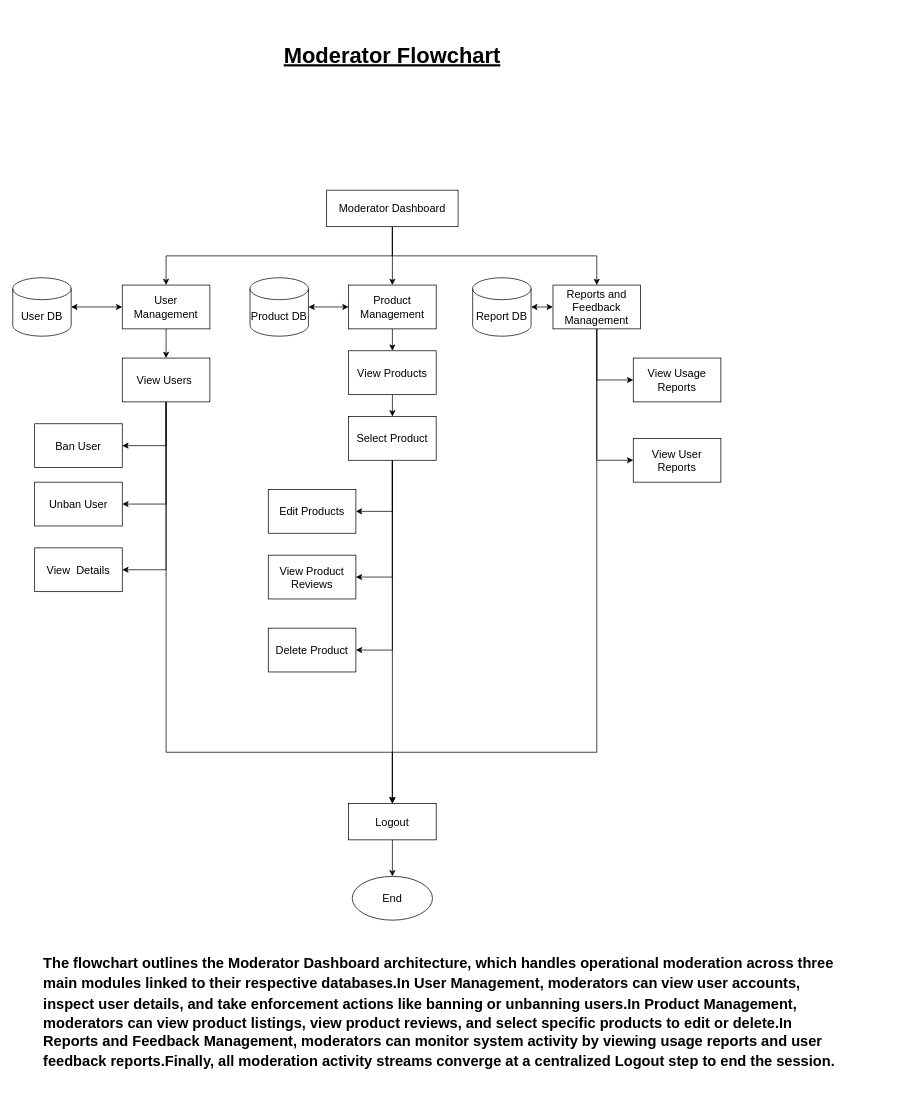
LarrySama919/AI-repo keeps this draw.io diagram as Diagrams/Flowcharts/Moderator Flowchart.drawio. Above is the earlier version. Source tidied: cells renumbered, new cells numbered last; positions are measured from the earlier drawing's top-left corner, leaving out a move shared by most shapes. Both pictures are drawn from the tidied source at 73%, with x=0, y=0 at pixel (12, 44).
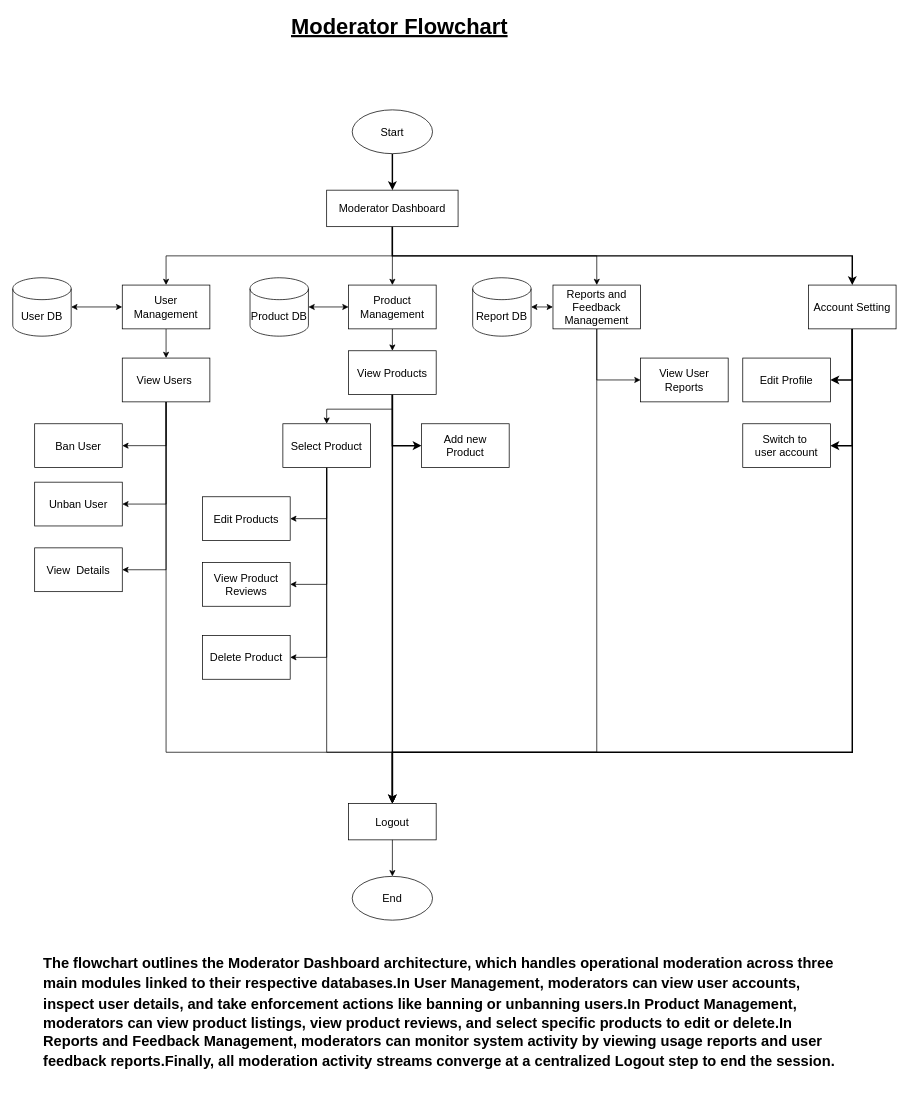
Above is the later version.

Unchanged cells that the change refers to:
```xml
<mxCell id="5" value="Moderator Dashboard" style="rounded=0;whiteSpace=wrap;html=1;fontSize=15;" parent="1" vertex="1">
  <mxGeometry x="430" y="200" width="180" height="50" as="geometry" />
</mxCell>
<mxCell id="7" value="User Management" style="rounded=0;whiteSpace=wrap;html=1;fontSize=15;" parent="1" vertex="1">
  <mxGeometry x="150" y="330" width="120" height="60" as="geometry" />
</mxCell>
<mxCell id="9" value="Product Management" style="rounded=0;whiteSpace=wrap;html=1;fontSize=15;" parent="1" vertex="1">
  <mxGeometry x="460" y="330" width="120" height="60" as="geometry" />
</mxCell>
<mxCell id="14" value="View Users&amp;nbsp;" style="rounded=0;whiteSpace=wrap;html=1;fontSize=15;" parent="1" vertex="1">
  <mxGeometry x="150" y="430" width="120" height="60" as="geometry" />
</mxCell>
<mxCell id="15" value="View&amp;nbsp; Details" style="rounded=0;whiteSpace=wrap;html=1;fontSize=15;" parent="1" vertex="1">
  <mxGeometry x="30" y="690" width="120" height="60" as="geometry" />
</mxCell>
<mxCell id="17" value="View Products" style="rounded=0;whiteSpace=wrap;html=1;fontSize=15;" parent="1" vertex="1">
  <mxGeometry x="460" y="420" width="120" height="60" as="geometry" />
</mxCell>
<mxCell id="22" value="Reports and Feedback Management" style="rounded=0;whiteSpace=wrap;html=1;fontSize=15;" parent="1" vertex="1">
  <mxGeometry x="740" y="330" width="120" height="60" as="geometry" />
</mxCell>
<mxCell id="26" value="Logout" style="rounded=0;whiteSpace=wrap;html=1;fontSize=15;" parent="1" vertex="1">
  <mxGeometry x="460" y="1040" width="120" height="50" as="geometry" />
</mxCell>
<mxCell id="27" value="End" style="ellipse;whiteSpace=wrap;html=1;shapeInside=1;fontSize=15;" parent="1" vertex="1">
  <mxGeometry x="465" y="1140" width="110" height="60" as="geometry" />
</mxCell>
<mxCell id="29" value="Ban User" style="rounded=0;whiteSpace=wrap;html=1;fontSize=15;" parent="1" vertex="1">
  <mxGeometry x="30" y="520" width="120" height="60" as="geometry" />
</mxCell>
<mxCell id="30" value="Unban User" style="rounded=0;whiteSpace=wrap;html=1;fontSize=15;" parent="1" vertex="1">
  <mxGeometry x="30" y="600" width="120" height="60" as="geometry" />
</mxCell>
<mxCell id="38" value="User DB" style="shape=cylinder3;whiteSpace=wrap;html=1;boundedLbl=1;backgroundOutline=1;size=15;fontSize=15;" parent="1" vertex="1">
  <mxGeometry y="320" width="80" height="80" as="geometry" />
</mxCell>
<mxCell id="40" value="Product DB" style="shape=cylinder3;whiteSpace=wrap;html=1;boundedLbl=1;backgroundOutline=1;size=15;fontSize=15;" parent="1" vertex="1">
  <mxGeometry x="325" y="320" width="80" height="80" as="geometry" />
</mxCell>
<mxCell id="42" value="Report DB" style="shape=cylinder3;whiteSpace=wrap;html=1;boundedLbl=1;backgroundOutline=1;size=15;fontSize=15;" parent="1" vertex="1">
  <mxGeometry x="630" y="320" width="80" height="80" as="geometry" />
</mxCell>
```

Diff of the diagram source:
```diff
@@
-<mxGraphModel>
+<mxGraphModel background="light-dark(#ffffff, #121212)">
@@
-    <mxCell id="2" style="edgeStyle=orthogonalEdgeStyle;rounded=0;jettySize=auto;html=1;exitX=0.5;exitY=1;exitDx=0;exitDy=0;entryX=0.5;entryY=0;entryDx=0;entryDy=0;defaultLabelBackgroundColor=page;fontSize=15;" parent="1" edge="1" source="5" target="7">
+    <mxCell id="2" style="edgeStyle=orthogonalEdgeStyle;rounded=0;jettySize=auto;html=1;exitX=0.5;exitY=1;exitDx=0;exitDy=0;entryX=0.5;entryY=0;entryDx=0;entryDy=0;defaultLabelBackgroundColor=page;" parent="1" edge="1" source="5" target="7">
       <mxGeometry x="0.33" relative="1" as="geometry">
         <Array as="points">
           <mxPoint x="520" y="290" />
           <mxPoint x="210" y="290" />
         </Array>
       </mxGeometry>
     </mxCell>
-    <mxCell id="3" style="edgeStyle=orthogonalEdgeStyle;rounded=0;jettySize=auto;html=1;exitX=0.5;exitY=1;exitDx=0;exitDy=0;entryX=0.5;entryY=0;entryDx=0;entryDy=0;defaultLabelBackgroundColor=page;fontSize=15;" parent="1" edge="1" source="5" target="9">
+    <mxCell id="3" style="edgeStyle=orthogonalEdgeStyle;rounded=0;jettySize=auto;html=1;exitX=0.5;exitY=1;exitDx=0;exitDy=0;entryX=0.5;entryY=0;entryDx=0;entryDy=0;defaultLabelBackgroundColor=page;" parent="1" edge="1" source="5" target="9">
       <mxGeometry relative="1" as="geometry" />
     </mxCell>
-    <mxCell id="4" style="edgeStyle=orthogonalEdgeStyle;rounded=0;jettySize=auto;html=1;exitX=0.5;exitY=1;exitDx=0;exitDy=0;entryX=0.5;entryY=0;entryDx=0;entryDy=0;defaultLabelBackgroundColor=page;fontSize=15;" parent="1" edge="1" source="5" target="22">
+    <mxCell id="4" style="edgeStyle=orthogonalEdgeStyle;rounded=0;jettySize=auto;html=1;exitX=0.5;exitY=1;exitDx=0;exitDy=0;entryX=0.5;entryY=0;entryDx=0;entryDy=0;defaultLabelBackgroundColor=page;" parent="1" edge="1" source="5" target="22">
       <mxGeometry relative="1" as="geometry" />
     </mxCell>
+    <mxCell id="45" style="edgeStyle=orthogonalEdgeStyle;shape=connector;rounded=0;html=1;exitX=0.5;exitY=1;exitDx=0;exitDy=0;entryX=0.5;entryY=0;entryDx=0;entryDy=0;strokeColor=default;strokeWidth=2;align=center;verticalAlign=middle;endArrow=classic;" parent="1" edge="1" source="5" target="52">
+      <mxGeometry relative="1" as="geometry" />
+    </mxCell>
@@
-    <mxCell id="6" style="edgeStyle=orthogonalEdgeStyle;rounded=0;jettySize=auto;html=1;exitX=0.5;exitY=1;exitDx=0;exitDy=0;entryX=0.5;entryY=0;entryDx=0;entryDy=0;defaultLabelBackgroundColor=page;fontSize=15;" parent="1" edge="1" source="7" target="14">
+    <mxCell id="6" style="edgeStyle=orthogonalEdgeStyle;rounded=0;jettySize=auto;html=1;exitX=0.5;exitY=1;exitDx=0;exitDy=0;entryX=0.5;entryY=0;entryDx=0;entryDy=0;defaultLabelBackgroundColor=page;" parent="1" edge="1" source="7" target="14">
       <mxGeometry relative="1" as="geometry" />
     </mxCell>
@@
-    <mxCell id="8" style="edgeStyle=orthogonalEdgeStyle;rounded=0;jettySize=auto;html=1;exitX=0.5;exitY=1;exitDx=0;exitDy=0;entryX=0.5;entryY=0;entryDx=0;entryDy=0;defaultLabelBackgroundColor=page;fontSize=15;" parent="1" edge="1" source="9" target="17">
+    <mxCell id="8" style="edgeStyle=orthogonalEdgeStyle;rounded=0;jettySize=auto;html=1;exitX=0.5;exitY=1;exitDx=0;exitDy=0;entryX=0.5;entryY=0;entryDx=0;entryDy=0;defaultLabelBackgroundColor=page;" parent="1" edge="1" source="9" target="17">
       <mxGeometry relative="1" as="geometry" />
     </mxCell>
@@
-    <mxCell id="10" style="edgeStyle=orthogonalEdgeStyle;rounded=0;jettySize=auto;html=1;exitX=0.5;exitY=1;exitDx=0;exitDy=0;entryX=1;entryY=0.5;entryDx=0;entryDy=0;defaultLabelBackgroundColor=page;fontSize=15;" parent="1" edge="1" source="14" target="29">
+    <mxCell id="10" style="edgeStyle=orthogonalEdgeStyle;rounded=0;jettySize=auto;html=1;exitX=0.5;exitY=1;exitDx=0;exitDy=0;entryX=1;entryY=0.5;entryDx=0;entryDy=0;defaultLabelBackgroundColor=page;" parent="1" edge="1" source="14" target="29">
       <mxGeometry relative="1" as="geometry" />
     </mxCell>
-    <mxCell id="11" style="edgeStyle=orthogonalEdgeStyle;rounded=0;jettySize=auto;html=1;exitX=0.5;exitY=1;exitDx=0;exitDy=0;entryX=1;entryY=0.5;entryDx=0;entryDy=0;defaultLabelBackgroundColor=page;fontSize=15;" parent="1" edge="1" source="14" target="30">
+    <mxCell id="11" style="edgeStyle=orthogonalEdgeStyle;rounded=0;jettySize=auto;html=1;exitX=0.5;exitY=1;exitDx=0;exitDy=0;entryX=1;entryY=0.5;entryDx=0;entryDy=0;defaultLabelBackgroundColor=page;" parent="1" edge="1" source="14" target="30">
       <mxGeometry x="-0.06" relative="1" as="geometry" />
     </mxCell>
-    <mxCell id="12" style="edgeStyle=orthogonalEdgeStyle;rounded=0;jettySize=auto;html=1;exitX=0.5;exitY=1;exitDx=0;exitDy=0;entryX=0.5;entryY=0;entryDx=0;entryDy=0;defaultLabelBackgroundColor=page;fontSize=15;" parent="1" edge="1" source="14" target="26">
+    <mxCell id="12" style="edgeStyle=orthogonalEdgeStyle;rounded=0;jettySize=auto;html=1;exitX=0.5;exitY=1;exitDx=0;exitDy=0;entryX=0.5;entryY=0;entryDx=0;entryDy=0;defaultLabelBackgroundColor=page;" parent="1" edge="1" source="14" target="26">
       <mxGeometry x="-0.16" relative="1" as="geometry">
         <Array as="points">
           <mxPoint x="210" y="970" />
           <mxPoint x="520" y="970" />
         </Array>
       </mxGeometry>
     </mxCell>
-    <mxCell id="13" style="edgeStyle=orthogonalEdgeStyle;rounded=0;jettySize=auto;html=1;exitX=0.5;exitY=1;exitDx=0;exitDy=0;entryX=1;entryY=0.5;entryDx=0;entryDy=0;defaultLabelBackgroundColor=page;fontSize=15;" parent="1" edge="1" source="14" target="15">
+    <mxCell id="13" style="edgeStyle=orthogonalEdgeStyle;rounded=0;jettySize=auto;html=1;exitX=0.5;exitY=1;exitDx=0;exitDy=0;entryX=1;entryY=0.5;entryDx=0;entryDy=0;defaultLabelBackgroundColor=page;" parent="1" edge="1" source="14" target="15">
       <mxGeometry relative="1" as="geometry" />
     </mxCell>
@@
-    <mxCell id="16" style="edgeStyle=orthogonalEdgeStyle;rounded=0;jettySize=auto;html=1;exitX=0.5;exitY=1;exitDx=0;exitDy=0;entryX=0.5;entryY=0;entryDx=0;entryDy=0;defaultLabelBackgroundColor=page;fontSize=15;" parent="1" edge="1" source="17" target="35">
+    <mxCell id="16" style="edgeStyle=orthogonalEdgeStyle;rounded=0;jettySize=auto;html=1;exitX=0.5;exitY=1;exitDx=0;exitDy=0;entryX=0.5;entryY=0;entryDx=0;entryDy=0;defaultLabelBackgroundColor=page;" parent="1" edge="1" source="17" target="35">
       <mxGeometry relative="1" as="geometry" />
     </mxCell>
+    <mxCell id="46" style="edgeStyle=orthogonalEdgeStyle;shape=connector;rounded=0;html=1;exitX=0.5;exitY=1;exitDx=0;exitDy=0;strokeColor=default;strokeWidth=2;align=center;verticalAlign=middle;endArrow=classic;entryX=0.5;entryY=0;entryDx=0;entryDy=0;" parent="1" edge="1" source="17" target="26">
+      <mxGeometry relative="1" as="geometry" />
+    </mxCell>
+    <mxCell id="47" style="edgeStyle=orthogonalEdgeStyle;shape=connector;rounded=0;html=1;exitX=0.5;exitY=1;exitDx=0;exitDy=0;entryX=0;entryY=0.5;entryDx=0;entryDy=0;strokeColor=default;strokeWidth=2;align=center;verticalAlign=middle;endArrow=classic;" parent="1" edge="1" source="17" target="48">
+      <mxGeometry relative="1" as="geometry" />
+    </mxCell>
@@
     <mxCell id="18" value="Edit Products" style="rounded=0;whiteSpace=wrap;html=1;fontSize=15;" parent="1" vertex="1">
-      <mxGeometry x="350" y="610" width="120" height="60" as="geometry" />
+      <mxGeometry x="260" y="620" width="120" height="60" as="geometry" />
     </mxCell>
-    <mxCell id="19" style="edgeStyle=orthogonalEdgeStyle;rounded=0;jettySize=auto;html=1;exitX=0.5;exitY=1;exitDx=0;exitDy=0;entryX=0.5;entryY=0;entryDx=0;entryDy=0;defaultLabelBackgroundColor=page;fontSize=15;" parent="1" edge="1" source="22" target="26">
+    <mxCell id="19" style="edgeStyle=orthogonalEdgeStyle;rounded=0;jettySize=auto;html=1;exitX=0.5;exitY=1;exitDx=0;exitDy=0;entryX=0.5;entryY=0;entryDx=0;entryDy=0;defaultLabelBackgroundColor=page;" parent="1" edge="1" source="22" target="26">
       <mxGeometry relative="1" as="geometry">
         <Array as="points">
           <mxPoint x="800" y="970" />
           <mxPoint x="520" y="970" />
         </Array>
       </mxGeometry>
     </mxCell>
-    <mxCell id="20" style="edgeStyle=orthogonalEdgeStyle;rounded=0;jettySize=auto;html=1;exitX=0.5;exitY=1;exitDx=0;exitDy=0;entryX=0;entryY=0.5;entryDx=0;entryDy=0;defaultLabelBackgroundColor=page;fontSize=15;" parent="1" edge="1" source="22" target="23">
-      <mxGeometry relative="1" as="geometry" />
-    </mxCell>
-    <mxCell id="21" style="edgeStyle=orthogonalEdgeStyle;rounded=0;jettySize=auto;html=1;exitX=0.5;exitY=1;exitDx=0;exitDy=0;entryX=0;entryY=0.5;entryDx=0;entryDy=0;defaultLabelBackgroundColor=page;fontSize=15;" parent="1" edge="1" source="22" target="24">
+    <mxCell id="21" style="edgeStyle=orthogonalEdgeStyle;rounded=0;jettySize=auto;html=1;exitX=0.5;exitY=1;exitDx=0;exitDy=0;entryX=0;entryY=0.5;entryDx=0;entryDy=0;defaultLabelBackgroundColor=page;" parent="1" edge="1" source="22" target="24">
       <mxGeometry x="0.08" relative="1" as="geometry" />
     </mxCell>
@@
-    <mxCell id="23" value="View Usage Reports" style="rounded=0;whiteSpace=wrap;html=1;fontSize=15;" parent="1" vertex="1">
-      <mxGeometry x="850" y="430" width="120" height="60" as="geometry" />
-    </mxCell>
     <mxCell id="24" value="View User Reports" style="rounded=0;whiteSpace=wrap;html=1;fontSize=15;" parent="1" vertex="1">
-      <mxGeometry x="850" y="540" width="120" height="60" as="geometry" />
+      <mxGeometry x="860" y="430" width="120" height="60" as="geometry" />
     </mxCell>
     <mxCell id="25" value="View Product&lt;div&gt;Reviews&lt;/div&gt;" style="rounded=0;whiteSpace=wrap;html=1;fontSize=15;" parent="1" vertex="1">
-      <mxGeometry x="350" y="700" width="120" height="60" as="geometry" />
+      <mxGeometry x="260" y="710" width="120" height="60" as="geometry" />
     </mxCell>
@@
-    <mxCell id="28" style="endArrow=classic;html=1;rounded=0;defaultLabelBackgroundColor=page;exitX=0.5;exitY=1;exitDx=0;exitDy=0;entryX=0.5;entryY=0;entryDx=0;entryDy=0;fontSize=15;" parent="1" edge="1" source="26" target="27">
+    <mxCell id="28" style="endArrow=classic;html=1;rounded=0;defaultLabelBackgroundColor=page;exitX=0.5;exitY=1;exitDx=0;exitDy=0;entryX=0.5;entryY=0;entryDx=0;entryDy=0;" parent="1" edge="1" source="26" target="27">
       <mxGeometry relative="1" as="geometry" />
     </mxCell>
@@
-    <mxCell id="31" style="edgeStyle=orthogonalEdgeStyle;rounded=0;jettySize=auto;html=1;exitX=0.5;exitY=1;exitDx=0;exitDy=0;entryX=1;entryY=0.5;entryDx=0;entryDy=0;defaultLabelBackgroundColor=page;fontSize=15;" parent="1" edge="1" source="35" target="18">
+    <mxCell id="31" style="edgeStyle=orthogonalEdgeStyle;rounded=0;jettySize=auto;html=1;exitX=0.5;exitY=1;exitDx=0;exitDy=0;entryX=1;entryY=0.5;entryDx=0;entryDy=0;defaultLabelBackgroundColor=page;" parent="1" edge="1" source="35" target="18">
       <mxGeometry relative="1" as="geometry" />
     </mxCell>
-    <mxCell id="32" style="edgeStyle=orthogonalEdgeStyle;rounded=0;jettySize=auto;html=1;exitX=0.5;exitY=1;exitDx=0;exitDy=0;entryX=1;entryY=0.5;entryDx=0;entryDy=0;defaultLabelBackgroundColor=page;fontSize=15;" parent="1" edge="1" source="35" target="25">
+    <mxCell id="32" style="edgeStyle=orthogonalEdgeStyle;rounded=0;jettySize=auto;html=1;exitX=0.5;exitY=1;exitDx=0;exitDy=0;entryX=1;entryY=0.5;entryDx=0;entryDy=0;defaultLabelBackgroundColor=page;" parent="1" edge="1" source="35" target="25">
       <mxGeometry relative="1" as="geometry" />
     </mxCell>
-    <mxCell id="33" style="edgeStyle=orthogonalEdgeStyle;rounded=0;jettySize=auto;html=1;exitX=0.5;exitY=1;exitDx=0;exitDy=0;entryX=1;entryY=0.5;entryDx=0;entryDy=0;defaultLabelBackgroundColor=page;fontSize=15;" parent="1" edge="1" source="35" target="36">
+    <mxCell id="33" style="edgeStyle=orthogonalEdgeStyle;rounded=0;jettySize=auto;html=1;exitX=0.5;exitY=1;exitDx=0;exitDy=0;entryX=1;entryY=0.5;entryDx=0;entryDy=0;defaultLabelBackgroundColor=page;" parent="1" edge="1" source="35" target="36">
       <mxGeometry relative="1" as="geometry" />
     </mxCell>
-    <mxCell id="34" style="edgeStyle=orthogonalEdgeStyle;rounded=0;jettySize=auto;html=1;exitX=0.5;exitY=1;exitDx=0;exitDy=0;entryX=0.5;entryY=0;entryDx=0;entryDy=0;defaultLabelBackgroundColor=page;fontSize=15;" parent="1" edge="1" source="35" target="26">
-      <mxGeometry relative="1" as="geometry" />
+    <mxCell id="34" style="edgeStyle=orthogonalEdgeStyle;rounded=0;jettySize=auto;html=1;exitX=0.5;exitY=1;exitDx=0;exitDy=0;entryX=0.5;entryY=0;entryDx=0;entryDy=0;defaultLabelBackgroundColor=page;" parent="1" edge="1" source="35" target="26">
+      <mxGeometry relative="1" as="geometry">
+        <Array as="points">
+          <mxPoint x="430" y="970" />
+          <mxPoint x="520" y="970" />
+        </Array>
+      </mxGeometry>
     </mxCell>
     <mxCell id="35" value="Select Product" style="rounded=0;whiteSpace=wrap;html=1;fontSize=15;" parent="1" vertex="1">
-      <mxGeometry x="460" y="510" width="120" height="60" as="geometry" />
+      <mxGeometry x="370" y="520" width="120" height="60" as="geometry" />
     </mxCell>
     <mxCell id="36" value="Delete Product" style="rounded=0;whiteSpace=wrap;html=1;fontSize=15;" parent="1" vertex="1">
-      <mxGeometry x="350" y="800" width="120" height="60" as="geometry" />
+      <mxGeometry x="260" y="810" width="120" height="60" as="geometry" />
     </mxCell>
     <mxCell id="37" value="&lt;font&gt;&lt;b&gt;&lt;u&gt;Moderator Flowchart&lt;/u&gt;&lt;/b&gt;&lt;/font&gt;" style="text;html=1;whiteSpace=wrap;strokeColor=none;fillColor=none;align=center;verticalAlign=middle;rounded=0;fontSize=30;" parent="1" vertex="1">
-      <mxGeometry x="370" width="300" height="30" as="geometry" />
+      <mxGeometry x="380" y="-40" width="300" height="30" as="geometry" />
     </mxCell>
@@
-    <mxCell id="39" style="endArrow=classic;startArrow=classic;html=1;rounded=0;defaultLabelBackgroundColor=page;exitX=1;exitY=0.5;exitDx=0;exitDy=0;exitPerimeter=0;entryX=0;entryY=0.5;entryDx=0;entryDy=0;fontSize=15;" parent="1" edge="1" source="38" target="7">
+    <mxCell id="39" style="endArrow=classic;startArrow=classic;html=1;rounded=0;defaultLabelBackgroundColor=page;exitX=1;exitY=0.5;exitDx=0;exitDy=0;exitPerimeter=0;entryX=0;entryY=0.5;entryDx=0;entryDy=0;" parent="1" edge="1" source="38" target="7">
       <mxGeometry relative="1" as="geometry" />
     </mxCell>
@@
-    <mxCell id="41" style="endArrow=classic;startArrow=classic;html=1;rounded=0;defaultLabelBackgroundColor=page;exitX=1;exitY=0.5;exitDx=0;exitDy=0;exitPerimeter=0;fontSize=15;" parent="1" edge="1" source="40" target="9">
+    <mxCell id="41" style="endArrow=classic;startArrow=classic;html=1;rounded=0;defaultLabelBackgroundColor=page;exitX=1;exitY=0.5;exitDx=0;exitDy=0;exitPerimeter=0;" parent="1" edge="1" source="40" target="9">
       <mxGeometry relative="1" as="geometry" />
     </mxCell>
@@
-    <mxCell id="43" style="endArrow=classic;startArrow=classic;html=1;rounded=0;defaultLabelBackgroundColor=page;exitX=1;exitY=0.5;exitDx=0;exitDy=0;exitPerimeter=0;fontSize=15;" parent="1" edge="1" source="42" target="22">
+    <mxCell id="43" style="endArrow=classic;startArrow=classic;html=1;rounded=0;defaultLabelBackgroundColor=page;exitX=1;exitY=0.5;exitDx=0;exitDy=0;exitPerimeter=0;" parent="1" edge="1" source="42" target="22">
       <mxGeometry relative="1" as="geometry" />
     </mxCell>
@@
+    <mxCell id="48" value="Add new&lt;div&gt;Product&lt;/div&gt;" style="rounded=0;whiteSpace=wrap;html=1;fontSize=15;" parent="1" vertex="1">
+      <mxGeometry x="560" y="520" width="120" height="60" as="geometry" />
+    </mxCell>
+    <mxCell id="49" style="edgeStyle=orthogonalEdgeStyle;shape=connector;rounded=0;html=1;exitX=0.5;exitY=1;exitDx=0;exitDy=0;entryX=1;entryY=0.5;entryDx=0;entryDy=0;strokeColor=default;strokeWidth=2;align=center;verticalAlign=middle;endArrow=classic;" parent="1" edge="1" source="52" target="53">
+      <mxGeometry relative="1" as="geometry" />
+    </mxCell>
+    <mxCell id="50" style="edgeStyle=orthogonalEdgeStyle;shape=connector;rounded=0;html=1;exitX=0.5;exitY=1;exitDx=0;exitDy=0;entryX=1;entryY=0.5;entryDx=0;entryDy=0;strokeColor=default;strokeWidth=2;align=center;verticalAlign=middle;fontFamily=Helvetica;fontSize=11;fontColor=default;labelBackgroundColor=default;endArrow=classic;" parent="1" edge="1" source="52" target="54">
+      <mxGeometry relative="1" as="geometry" />
+    </mxCell>
+    <mxCell id="51" style="edgeStyle=orthogonalEdgeStyle;shape=connector;rounded=0;html=1;exitX=0.5;exitY=1;exitDx=0;exitDy=0;entryX=0.5;entryY=0;entryDx=0;entryDy=0;strokeColor=default;strokeWidth=2;align=center;verticalAlign=middle;fontFamily=Helvetica;fontSize=11;fontColor=default;labelBackgroundColor=default;endArrow=classic;" parent="1" edge="1" source="52" target="26">
+      <mxGeometry relative="1" as="geometry">
+        <Array as="points">
+          <mxPoint x="1150" y="970" />
+          <mxPoint x="520" y="970" />
+        </Array>
+      </mxGeometry>
+    </mxCell>
+    <mxCell id="52" value="Account Setting" style="rounded=0;whiteSpace=wrap;html=1;fontSize=15;" parent="1" vertex="1">
+      <mxGeometry x="1090" y="330" width="120" height="60" as="geometry" />
+    </mxCell>
+    <mxCell id="53" value="Edit Profile" style="rounded=0;whiteSpace=wrap;html=1;fontSize=15;" parent="1" vertex="1">
+      <mxGeometry x="1000" y="430" width="120" height="60" as="geometry" />
+    </mxCell>
+    <mxCell id="54" value="Switch to&amp;nbsp;&lt;div&gt;user account&lt;/div&gt;" style="rounded=0;whiteSpace=wrap;html=1;fontSize=15;" parent="1" vertex="1">
+      <mxGeometry x="1000" y="520" width="120" height="60" as="geometry" />
+    </mxCell>
+    <mxCell id="55" style="edgeStyle=orthogonalEdgeStyle;shape=connector;rounded=0;html=1;strokeColor=default;strokeWidth=2;align=center;verticalAlign=middle;fontFamily=Helvetica;fontSize=11;fontColor=default;labelBackgroundColor=default;endArrow=classic;" parent="1" edge="1" source="56" target="5">
+      <mxGeometry relative="1" as="geometry" />
+    </mxCell>
+    <mxCell id="56" value="Start" style="ellipse;whiteSpace=wrap;html=1;shapeInside=1;fontSize=15;" parent="1" vertex="1">
+      <mxGeometry x="465" y="90" width="110" height="60" as="geometry" />
+    </mxCell>
```
